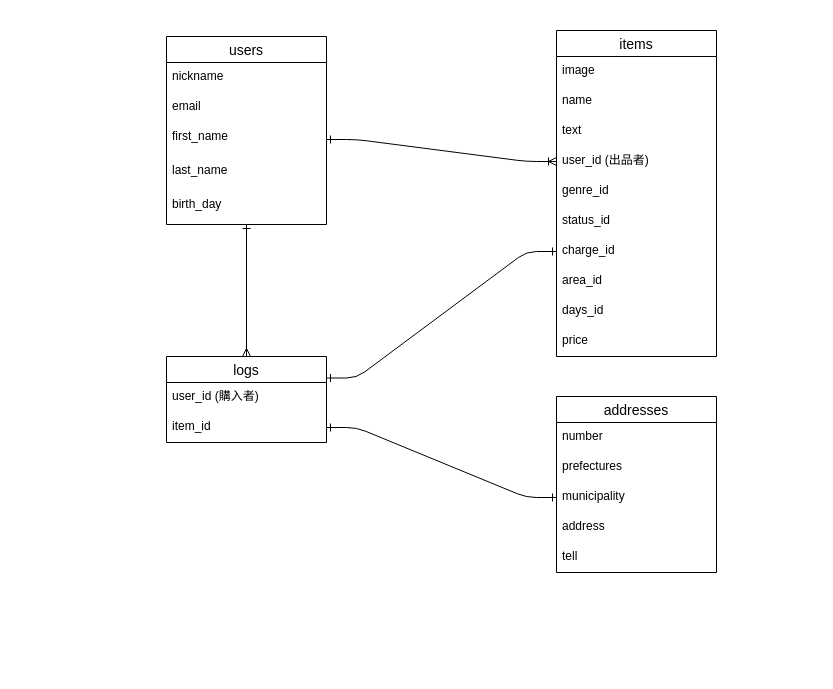
yamakazu88/furima-31985 keeps this draw.io diagram as furima.dio. Above is the earlier version. Source tidied: cells renumbered, new cells numbered last; positions are measured from the earlier drawing's top-left corner, leaving out a move shared by most shapes. Both pictures are drawn from the tidied source at 100%, with x=0, y=0 at pixel (166, 30).
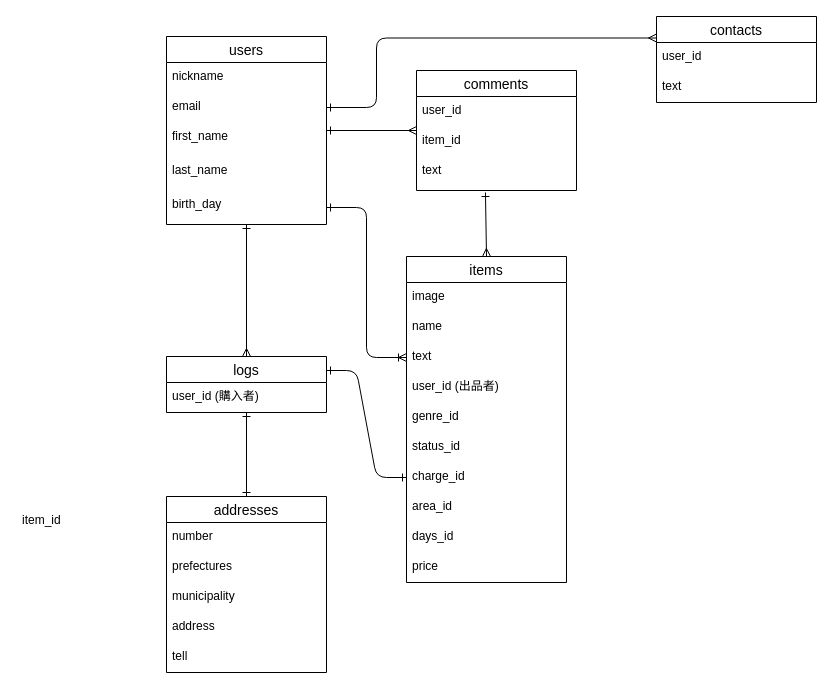
The same page after the edit.

Commit message (it also covers changes not shown here):
追加実装のER図とREADMEを作成

The change refers to these unchanged cells:
```xml
<mxCell id="3" value="users" style="swimlane;fontStyle=0;horizontal=1;startSize=26;align=center;fontSize=14;" parent="1" vertex="1">
  <mxGeometry y="6" width="160" height="188" as="geometry" />
</mxCell>
<mxCell id="5" value="email" style="text;strokeColor=none;fillColor=none;spacingLeft=4;spacingRight=4;overflow=hidden;points=[[0,0.5],[1,0.5]];portConstraint=eastwest;fontSize=12;" parent="3" vertex="1">
  <mxGeometry y="56" width="160" height="30" as="geometry" />
</mxCell>
<mxCell id="6" value="first_name" style="text;strokeColor=none;fillColor=none;spacingLeft=4;spacingRight=4;overflow=hidden;points=[[0,0.5],[1,0.5]];portConstraint=eastwest;fontSize=12;" parent="3" vertex="1">
  <mxGeometry y="86" width="160" height="34" as="geometry" />
</mxCell>
<mxCell id="8" value="birth_day" style="text;strokeColor=none;fillColor=none;spacingLeft=4;spacingRight=4;overflow=hidden;points=[[0,0.5],[1,0.5]];portConstraint=eastwest;fontSize=12;" parent="3" vertex="1">
  <mxGeometry y="154" width="160" height="34" as="geometry" />
</mxCell>
<mxCell id="12" value="municipality" style="text;strokeColor=none;fillColor=none;spacingLeft=4;spacingRight=4;overflow=hidden;points=[[0,0.5],[1,0.5]];portConstraint=eastwest;fontSize=12;" parent="9" vertex="1">
  <mxGeometry y="86" width="160" height="30" as="geometry" />
</mxCell>
<mxCell id="24" value="text" style="text;strokeColor=none;fillColor=none;spacingLeft=4;spacingRight=4;overflow=hidden;points=[[0,0.5],[1,0.5]];portConstraint=eastwest;fontSize=12;" parent="21" vertex="1">
  <mxGeometry y="86" width="160" height="30" as="geometry" />
</mxCell>
<mxCell id="25" value="user_id (出品者)" style="text;strokeColor=none;fillColor=none;spacingLeft=4;spacingRight=4;overflow=hidden;points=[[0,0.5],[1,0.5]];portConstraint=eastwest;fontSize=12;" parent="21" vertex="1">
  <mxGeometry y="116" width="160" height="30" as="geometry" />
</mxCell>
<mxCell id="28" value="charge_id" style="text;strokeColor=none;fillColor=none;spacingLeft=4;spacingRight=4;overflow=hidden;points=[[0,0.5],[1,0.5]];portConstraint=eastwest;fontSize=12;" parent="21" vertex="1">
  <mxGeometry y="206" width="160" height="30" as="geometry" />
</mxCell>
```

The edit, as a diff of the source:
```diff
@@
+    <mxCell id="32" style="edgeStyle=orthogonalEdgeStyle;rounded=0;jettySize=auto;html=1;endArrow=ERmany;endFill=0;startArrow=ERone;startFill=0;" parent="1" edge="1" source="3" target="39">
+      <mxGeometry relative="1" as="geometry" />
+    </mxCell>
@@
+    <mxCell id="15" style="fontSize=12;html=1;endArrow=ERoneToMany;entryX=0;entryY=0.5;entryDx=0;entryDy=0;exitX=1;exitY=0.5;exitDx=0;exitDy=0;startArrow=ERone;startFill=0;edgeStyle=orthogonalEdgeStyle;" parent="1" edge="1" source="8" target="24">
+      <mxGeometry relative="1" as="geometry" />
+    </mxCell>
+    <mxCell id="16" style="edgeStyle=entityRelationEdgeStyle;fontSize=12;html=1;endArrow=ERone;exitX=1;exitY=0.25;exitDx=0;exitDy=0;entryX=0;entryY=0.5;entryDx=0;entryDy=0;endFill=0;startArrow=ERone;startFill=0;" parent="1" edge="1" source="18" target="28">
+      <mxGeometry relative="1" as="geometry" />
+    </mxCell>
+    <mxCell id="18" value="logs" style="swimlane;fontStyle=0;horizontal=1;startSize=26;align=center;fontSize=14;" parent="1" vertex="1">
+      <mxGeometry y="326" width="160" height="56" as="geometry" />
+    </mxCell>
+    <mxCell id="19" value="user_id (購入者)" style="text;strokeColor=none;fillColor=none;spacingLeft=4;spacingRight=4;overflow=hidden;fontSize=12;" parent="18" vertex="1">
+      <mxGeometry y="26" width="160" height="30" as="geometry" />
+    </mxCell>
+    <mxCell id="20" value="item_id" style="text;strokeColor=none;fillColor=none;spacingLeft=4;spacingRight=4;overflow=hidden;points=[[0,0.5],[1,0.5]];portConstraint=eastwest;fontSize=12;" parent="1" vertex="1">
+      <mxGeometry x="-150" y="476" width="160" height="30" as="geometry" />
+    </mxCell>
+    <mxCell id="33" style="fontSize=12;html=1;endArrow=ERone;exitX=1;exitY=0.5;exitDx=0;exitDy=0;startArrow=ERone;startFill=0;endFill=0;" parent="1" edge="1">
+      <mxGeometry relative="1" as="geometry">
+        <mxPoint x="80" y="382" as="sourcePoint" />
+        <mxPoint x="80" y="466" as="targetPoint" />
+      </mxGeometry>
+    </mxCell>
     <mxCell id="9" value="addresses" style="swimlane;fontStyle=0;horizontal=1;startSize=26;align=center;fontSize=14;" parent="1" vertex="1">
-      <mxGeometry x="390" y="366" width="160" height="176" as="geometry" />
+      <mxGeometry y="466" width="160" height="176" as="geometry" />
     </mxCell>
@@
-    <mxCell id="15" style="edgeStyle=entityRelationEdgeStyle;fontSize=12;html=1;endArrow=ERoneToMany;entryX=0;entryY=0.5;entryDx=0;entryDy=0;exitX=1;exitY=0.5;exitDx=0;exitDy=0;startArrow=ERone;startFill=0;" parent="1" edge="1" source="6" target="25">
-      <mxGeometry relative="1" as="geometry" />
-    </mxCell>
-    <mxCell id="16" style="edgeStyle=entityRelationEdgeStyle;fontSize=12;html=1;endArrow=ERone;exitX=1;exitY=0.25;exitDx=0;exitDy=0;entryX=0;entryY=0.5;entryDx=0;entryDy=0;endFill=0;startArrow=ERone;startFill=0;" parent="1" edge="1" source="18" target="28">
-      <mxGeometry relative="1" as="geometry" />
-    </mxCell>
-    <mxCell id="17" style="edgeStyle=entityRelationEdgeStyle;fontSize=12;html=1;endArrow=ERone;exitX=1;exitY=0.5;exitDx=0;exitDy=0;startArrow=ERone;startFill=0;entryX=0;entryY=0.5;entryDx=0;entryDy=0;endFill=0;" parent="1" edge="1" source="20" target="12">
-      <mxGeometry relative="1" as="geometry" />
-    </mxCell>
-    <mxCell id="18" value="logs" style="swimlane;fontStyle=0;horizontal=1;startSize=26;align=center;fontSize=14;" parent="1" vertex="1">
-      <mxGeometry y="326" width="160" height="86" as="geometry" />
-    </mxCell>
-    <mxCell id="19" value="user_id (購入者)" style="text;strokeColor=none;fillColor=none;spacingLeft=4;spacingRight=4;overflow=hidden;fontSize=12;" parent="18" vertex="1">
-      <mxGeometry y="26" width="160" height="30" as="geometry" />
-    </mxCell>
-    <mxCell id="20" value="item_id" style="text;strokeColor=none;fillColor=none;spacingLeft=4;spacingRight=4;overflow=hidden;points=[[0,0.5],[1,0.5]];portConstraint=eastwest;fontSize=12;" parent="18" vertex="1">
-      <mxGeometry y="56" width="160" height="30" as="geometry" />
-    </mxCell>
     <mxCell id="21" value="items" style="swimlane;fontStyle=0;horizontal=1;startSize=26;align=center;fontSize=14;" parent="1" vertex="1">
-      <mxGeometry x="390" width="160" height="326" as="geometry" />
+      <mxGeometry x="240" y="226" width="160" height="326" as="geometry" />
     </mxCell>
@@
+    <mxCell id="34" style="fontSize=12;html=1;endArrow=ERmany;entryX=0.5;entryY=0;entryDx=0;entryDy=0;startArrow=ERone;startFill=0;exitX=0.431;exitY=1.059;exitDx=0;exitDy=0;exitPerimeter=0;" parent="1" edge="1" source="42" target="21">
+      <mxGeometry relative="1" as="geometry" />
+    </mxCell>
+    <mxCell id="35" style="fontSize=12;html=1;endArrow=ERmany;exitX=1;exitY=0.5;exitDx=0;exitDy=0;startArrow=ERone;startFill=0;entryX=0;entryY=0.25;entryDx=0;entryDy=0;edgeStyle=orthogonalEdgeStyle;" parent="1" edge="1" source="5" target="36">
+      <mxGeometry relative="1" as="geometry">
+        <Array as="points">
+          <mxPoint x="210" y="77" />
+          <mxPoint x="210" y="8" />
+        </Array>
+      </mxGeometry>
+    </mxCell>
+    <mxCell id="36" value="contacts" style="swimlane;fontStyle=0;horizontal=1;startSize=26;align=center;fontSize=14;" parent="1" vertex="1">
+      <mxGeometry x="490" y="-14" width="160" height="86" as="geometry" />
+    </mxCell>
+    <mxCell id="37" value="user_id" style="text;strokeColor=none;fillColor=none;spacingLeft=4;spacingRight=4;overflow=hidden;fontSize=12;" parent="36" vertex="1">
+      <mxGeometry y="26" width="160" height="30" as="geometry" />
+    </mxCell>
+    <mxCell id="38" value="text" style="text;strokeColor=none;fillColor=none;spacingLeft=4;spacingRight=4;overflow=hidden;fontSize=12;" parent="36" vertex="1">
+      <mxGeometry y="56" width="160" height="30" as="geometry" />
+    </mxCell>
+    <mxCell id="39" value="comments" style="swimlane;fontStyle=0;horizontal=1;startSize=26;align=center;fontSize=14;" parent="1" vertex="1">
+      <mxGeometry x="250" y="40" width="160" height="120" as="geometry" />
+    </mxCell>
+    <mxCell id="40" value="user_id" style="text;strokeColor=none;fillColor=none;spacingLeft=4;spacingRight=4;overflow=hidden;fontSize=12;" parent="39" vertex="1">
+      <mxGeometry y="26" width="160" height="30" as="geometry" />
+    </mxCell>
+    <mxCell id="41" value="item_id" style="text;strokeColor=none;fillColor=none;spacingLeft=4;spacingRight=4;overflow=hidden;fontSize=12;" parent="39" vertex="1">
+      <mxGeometry y="56" width="160" height="30" as="geometry" />
+    </mxCell>
+    <mxCell id="42" value="text" style="text;strokeColor=none;fillColor=none;spacingLeft=4;spacingRight=4;overflow=hidden;points=[[0,0.5],[1,0.5]];portConstraint=eastwest;fontSize=12;" parent="39" vertex="1">
+      <mxGeometry y="86" width="160" height="34" as="geometry" />
+    </mxCell>
```
